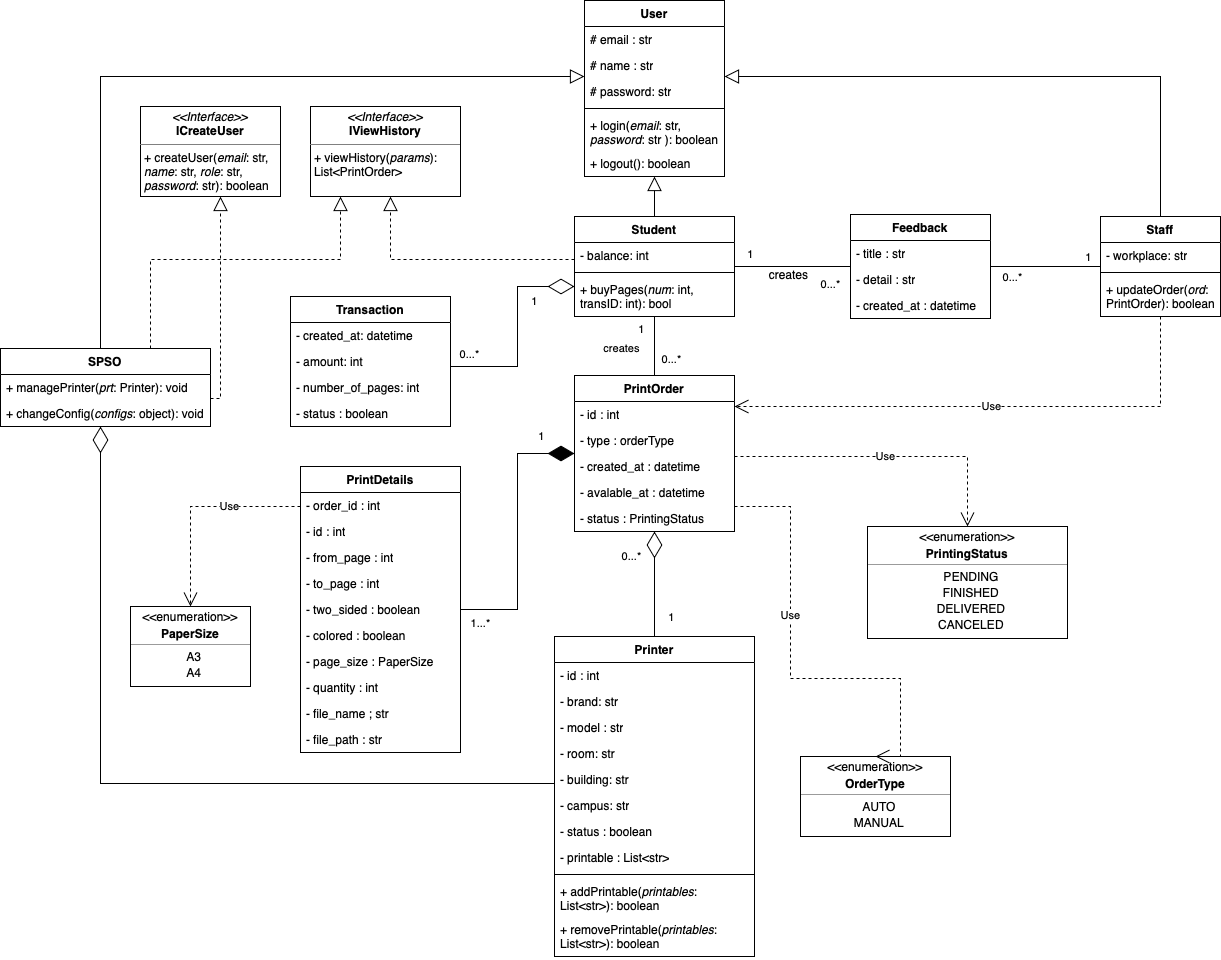
The draw.io diagram domain-model.drawio.png in blueonline07/test-somth, before a commit. Source tidied: cells renumbered, new cells last; positions are measured from the earlier drawing's top-left corner, leaving out a move shared by most shapes.
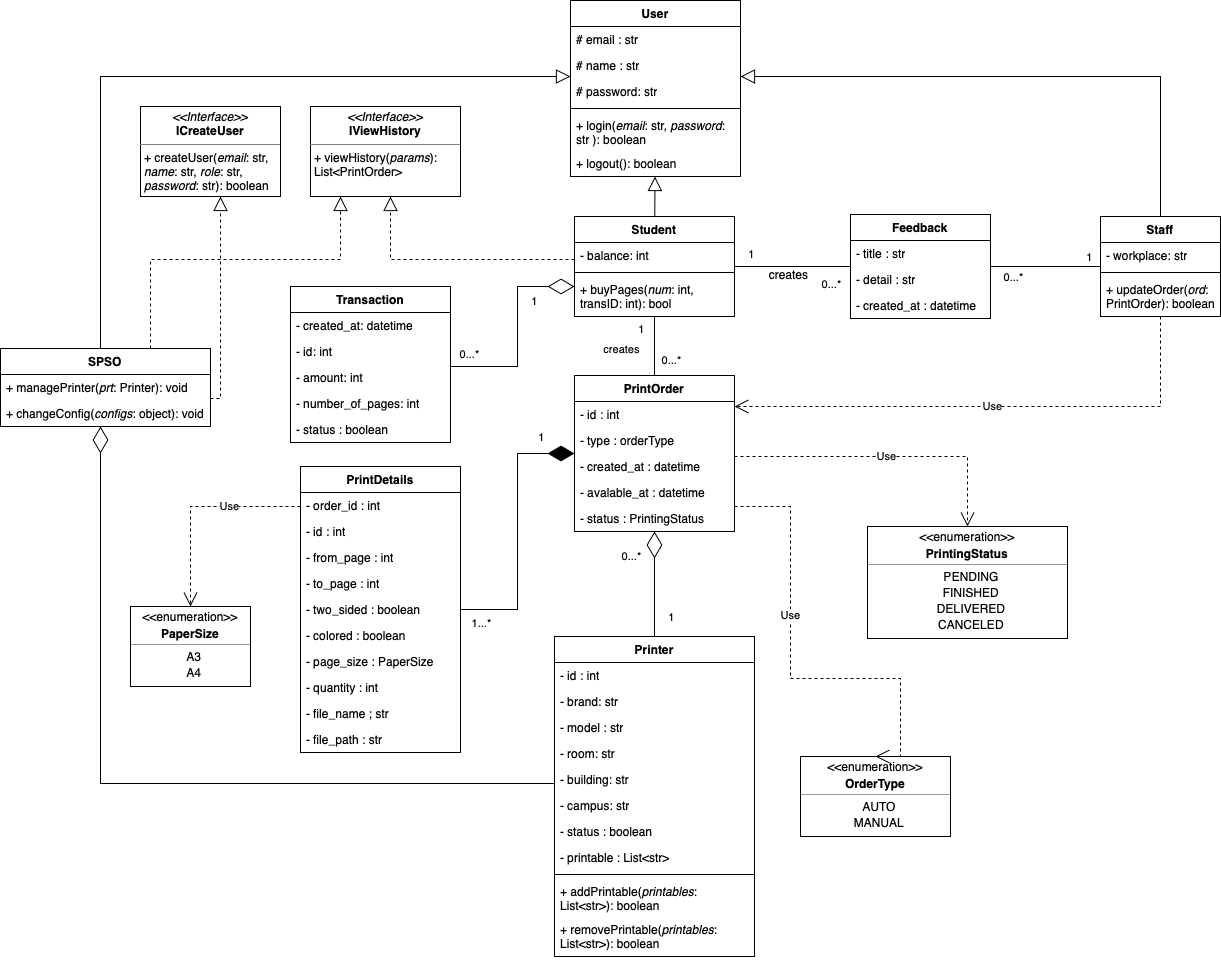
The same file after the commit.

What changed in the source:
```diff
@@ -3,25 +3,25 @@
     <mxCell id="0" />
     <mxCell id="1" parent="0" />
     <mxCell id="2" value="User" style="swimlane;fontStyle=1;align=center;verticalAlign=top;horizontal=1;startSize=26;whiteSpace=wrap;html=1;" parent="1" vertex="1">
-      <mxGeometry x="584" width="140" height="176" as="geometry" />
+      <mxGeometry x="570" width="170" height="176" as="geometry" />
     </mxCell>
     <mxCell id="3" value="# email : str&lt;span style=&quot;caret-color: rgba(0, 0, 0, 0); color: rgba(0, 0, 0, 0); font-family: monospace; font-size: 0px; white-space: nowrap;&quot;&gt;%3CmxGraphModel%3E%3Croot%3E%3CmxCell%20id%3D%220%22%2F%3E%3CmxCell%20id%3D%221%22%20parent%3D%220%22%2F%3E%3CmxCell%20id%3D%222%22%20value%3D%22%22%20style%3D%22endArrow%3Dnone%3Bhtml%3D1%3Brounded%3D0%3B%22%20edge%3D%221%22%20parent%3D%221%22%3E%3CmxGeometry%20relative%3D%221%22%20as%3D%22geometry%22%3E%3CmxPoint%20x%3D%22860%22%20y%3D%22515%22%20as%3D%22sourcePoint%22%2F%3E%3CmxPoint%20x%3D%22860%22%20y%3D%22404%22%20as%3D%22targetPoint%22%2F%3E%3C%2FmxGeometry%3E%3C%2FmxCell%3E%3C%2Froot%3E%3C%2FmxGraphModel%3E&lt;/span&gt;" style="text;strokeColor=none;fillColor=none;align=left;verticalAlign=top;spacingLeft=4;spacingRight=4;overflow=hidden;whiteSpace=wrap;html=1;" parent="2" vertex="1">
-      <mxGeometry y="26" width="140" height="26" as="geometry" />
+      <mxGeometry y="26" width="170" height="26" as="geometry" />
     </mxCell>
     <mxCell id="4" value="# name : str" style="text;strokeColor=none;fillColor=none;align=left;verticalAlign=top;spacingLeft=4;spacingRight=4;overflow=hidden;whiteSpace=wrap;html=1;" parent="2" vertex="1">
-      <mxGeometry y="52" width="140" height="26" as="geometry" />
+      <mxGeometry y="52" width="170" height="26" as="geometry" />
     </mxCell>
     <mxCell id="5" value="# password: str" style="text;strokeColor=none;fillColor=none;align=left;verticalAlign=top;spacingLeft=4;spacingRight=4;overflow=hidden;whiteSpace=wrap;html=1;" parent="2" vertex="1">
-      <mxGeometry y="78" width="140" height="26" as="geometry" />
+      <mxGeometry y="78" width="170" height="26" as="geometry" />
     </mxCell>
     <mxCell id="6" style="line;strokeWidth=1;fillColor=none;align=left;verticalAlign=middle;spacingTop=-1;spacingLeft=3;spacingRight=3;labelPosition=right;strokeColor=inherit;" parent="2" vertex="1">
-      <mxGeometry y="104" width="140" height="8" as="geometry" />
+      <mxGeometry y="104" width="170" height="8" as="geometry" />
     </mxCell>
     <mxCell id="7" value="+ login(&lt;i&gt;email&lt;/i&gt;: str, &lt;i&gt;password&lt;/i&gt;: str ): boolean" style="text;strokeColor=none;fillColor=none;align=left;verticalAlign=top;spacingLeft=4;spacingRight=4;overflow=hidden;whiteSpace=wrap;html=1;" parent="2" vertex="1">
-      <mxGeometry y="112" width="140" height="38" as="geometry" />
+      <mxGeometry y="112" width="170" height="38" as="geometry" />
     </mxCell>
     <mxCell id="8" value="+ logout(): boolean" style="text;strokeColor=none;fillColor=none;align=left;verticalAlign=top;spacingLeft=4;spacingRight=4;overflow=hidden;whiteSpace=wrap;html=1;" parent="2" vertex="1">
-      <mxGeometry y="150" width="140" height="26" as="geometry" />
+      <mxGeometry y="150" width="170" height="26" as="geometry" />
     </mxCell>
     <mxCell id="9" value="Student" style="swimlane;fontStyle=1;align=center;verticalAlign=top;horizontal=1;startSize=26;whiteSpace=wrap;html=1;" parent="1" vertex="1">
       <mxGeometry x="574" y="216" width="160" height="100" as="geometry" />
@@ -301,19 +301,22 @@
       <mxGeometry y="74" width="150" height="6" as="geometry" />
     </mxCell>
     <mxCell id="92" value="Transaction" style="swimlane;fontStyle=1;align=center;verticalAlign=top;horizontal=1;startSize=26;whiteSpace=wrap;html=1;" parent="1" vertex="1">
-      <mxGeometry x="290" y="296" width="160" height="130" as="geometry" />
+      <mxGeometry x="290" y="286" width="160" height="156" as="geometry" />
     </mxCell>
     <mxCell id="93" value="- created_at: datetime" style="text;strokeColor=none;fillColor=none;align=left;verticalAlign=top;spacingLeft=4;spacingRight=4;overflow=hidden;whiteSpace=wrap;html=1;" parent="92" vertex="1">
       <mxGeometry y="26" width="160" height="26" as="geometry" />
     </mxCell>
+    <mxCell id="114" value="- id: int" style="text;strokeColor=none;fillColor=none;align=left;verticalAlign=top;spacingLeft=4;spacingRight=4;overflow=hidden;whiteSpace=wrap;html=1;" parent="92" vertex="1">
+      <mxGeometry y="52" width="160" height="26" as="geometry" />
+    </mxCell>
     <mxCell id="94" value="- amount: int" style="text;strokeColor=none;fillColor=none;align=left;verticalAlign=top;spacingLeft=4;spacingRight=4;overflow=hidden;whiteSpace=wrap;html=1;" parent="92" vertex="1">
-      <mxGeometry y="52" width="160" height="26" as="geometry" />
+      <mxGeometry y="78" width="160" height="26" as="geometry" />
     </mxCell>
     <mxCell id="95" value="- number_of_pages: int" style="text;strokeColor=none;fillColor=none;align=left;verticalAlign=top;spacingLeft=4;spacingRight=4;overflow=hidden;whiteSpace=wrap;html=1;" parent="92" vertex="1">
-      <mxGeometry y="78" width="160" height="26" as="geometry" />
+      <mxGeometry y="104" width="160" height="26" as="geometry" />
     </mxCell>
     <mxCell id="96" value="- status : boolean" style="text;strokeColor=none;fillColor=none;align=left;verticalAlign=top;spacingLeft=4;spacingRight=4;overflow=hidden;whiteSpace=wrap;html=1;" parent="92" vertex="1">
-      <mxGeometry y="104" width="160" height="26" as="geometry" />
+      <mxGeometry y="130" width="160" height="26" as="geometry" />
     </mxCell>
     <mxCell id="97" style="endArrow=diamondThin;endFill=0;endSize=24;html=1;rounded=0;edgeStyle=orthogonalEdgeStyle;" parent="1" edge="1" source="92" target="9">
       <mxGeometry relative="1" as="geometry">
```
